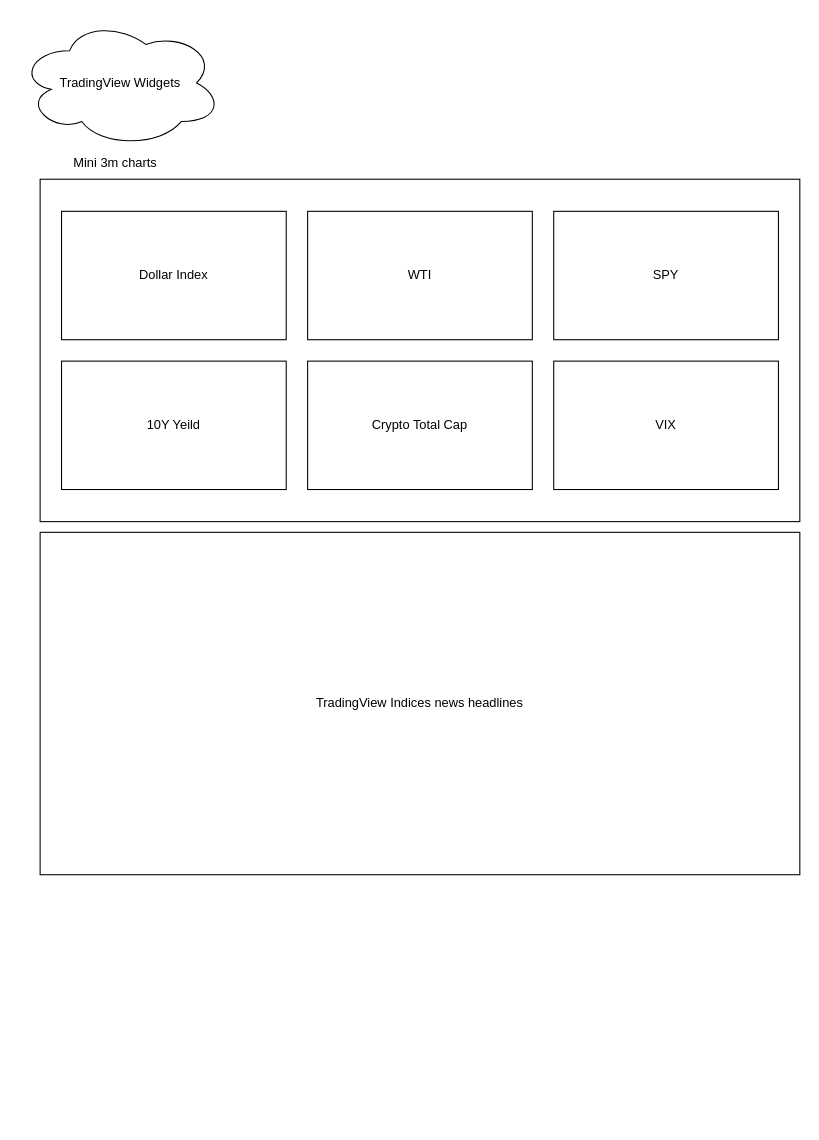
Above: page "Outlook" (2 of 4) of images/MacroDash.drawio in ali-meesam23/streamlit_macrodash (draw.io), before the change. Source tidied: cells renumbered, new cells numbered last; positions are measured from the earlier drawing's top-left corner, leaving out a move shared by most shapes. Both pictures are drawn from the tidied source at 107%, with x=0, y=0 at pixel (18, 18).
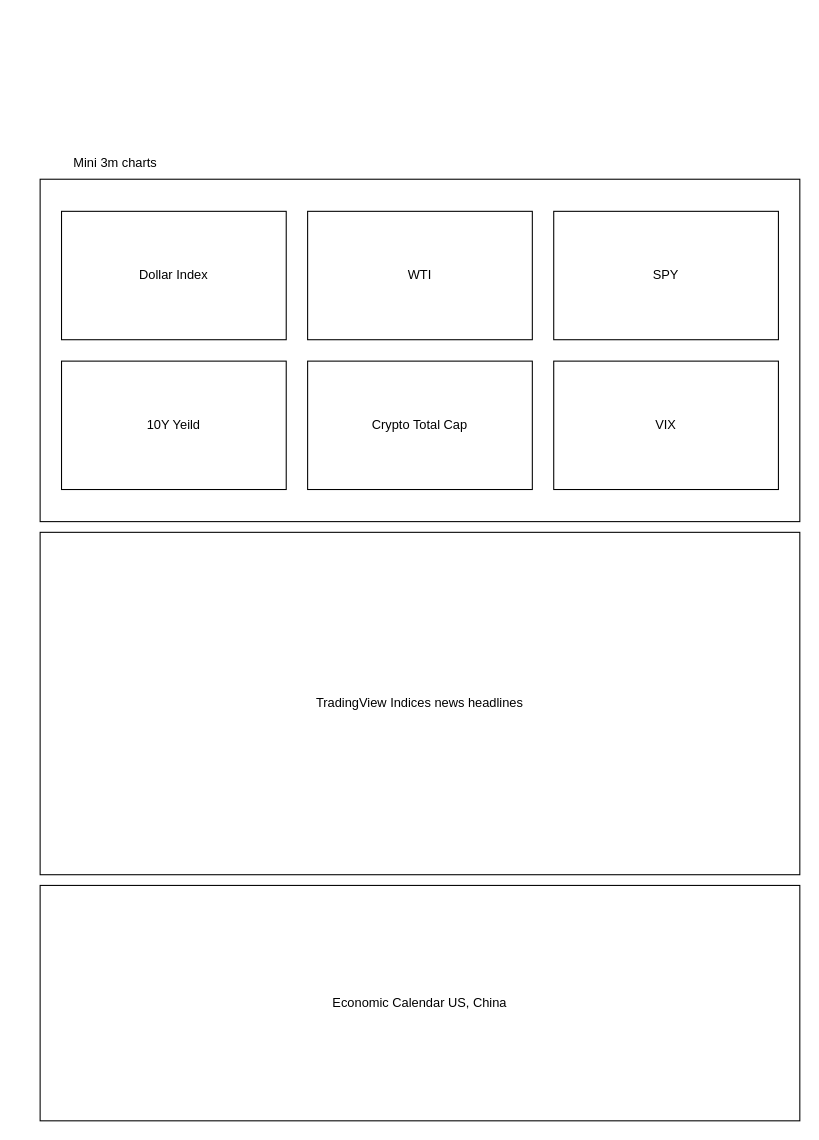
The same diagram, later.

Change to the diagram source:
```diff
@@
 <mxGraphModel>
   <root>
     <mxCell id="0" />
     <mxCell id="1" parent="0" />
-    <mxCell id="2" value="TradingView Widgets" style="ellipse;shape=cloud;whiteSpace=wrap;html=1;" parent="1" vertex="1">
-      <mxGeometry width="190" height="120" as="geometry" />
-    </mxCell>
     <mxCell id="3" style="rounded=0;whiteSpace=wrap;html=1;" parent="1" vertex="1">
       <mxGeometry x="20" y="150" width="710" height="320" as="geometry" />
     </mxCell>
     <mxCell id="4" value="Mini 3m charts" style="text;html=1;align=center;verticalAlign=middle;" parent="1" vertex="1">
       <mxGeometry x="40" y="120" width="100" height="30" as="geometry" />
     </mxCell>
     <mxCell id="5" value="Dollar Index" style="rounded=0;whiteSpace=wrap;html=1;" parent="1" vertex="1">
       <mxGeometry x="40" y="180" width="210" height="120" as="geometry" />
     </mxCell>
     <mxCell id="6" value="WTI" style="rounded=0;whiteSpace=wrap;html=1;" parent="1" vertex="1">
       <mxGeometry x="270" y="180" width="210" height="120" as="geometry" />
     </mxCell>
     <mxCell id="7" value="SPY" style="rounded=0;whiteSpace=wrap;html=1;" parent="1" vertex="1">
       <mxGeometry x="500" y="180" width="210" height="120" as="geometry" />
     </mxCell>
     <mxCell id="8" value="10Y Yeild" style="rounded=0;whiteSpace=wrap;html=1;" parent="1" vertex="1">
       <mxGeometry x="40" y="320" width="210" height="120" as="geometry" />
     </mxCell>
     <mxCell id="9" value="Crypto Total Cap" style="rounded=0;whiteSpace=wrap;html=1;" parent="1" vertex="1">
       <mxGeometry x="270" y="320" width="210" height="120" as="geometry" />
     </mxCell>
     <mxCell id="10" value="VIX" style="rounded=0;whiteSpace=wrap;html=1;" parent="1" vertex="1">
       <mxGeometry x="500" y="320" width="210" height="120" as="geometry" />
     </mxCell>
     <mxCell id="11" value="TradingView Indices news headlines" style="rounded=0;whiteSpace=wrap;html=1;" parent="1" vertex="1">
       <mxGeometry x="20" y="480" width="710" height="320" as="geometry" />
     </mxCell>
+    <mxCell id="12" value="Economic Calendar US, China" style="rounded=0;whiteSpace=wrap;html=1;" parent="1" vertex="1">
+      <mxGeometry x="20" y="810" width="710" height="220" as="geometry" />
+    </mxCell>
   </root>
 </mxGraphModel>
```
